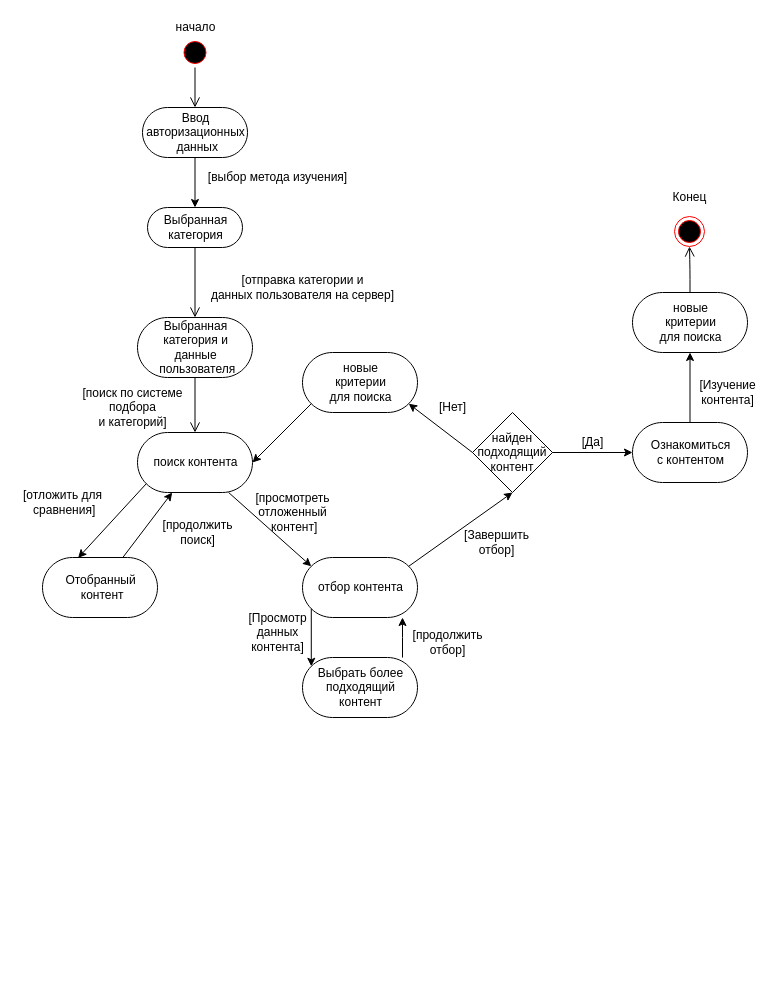
Above: Диаграмма состояний.drawio in EgorKrs/Asmodeus_app (draw.io), before the change. Source tidied: cells renumbered, new cells numbered last; positions are measured from the earlier drawing's top-left corner, leaving out a move shared by most shapes. Both pictures are drawn from the tidied source at 100%, with x=0, y=0 at pixel (17, 17).
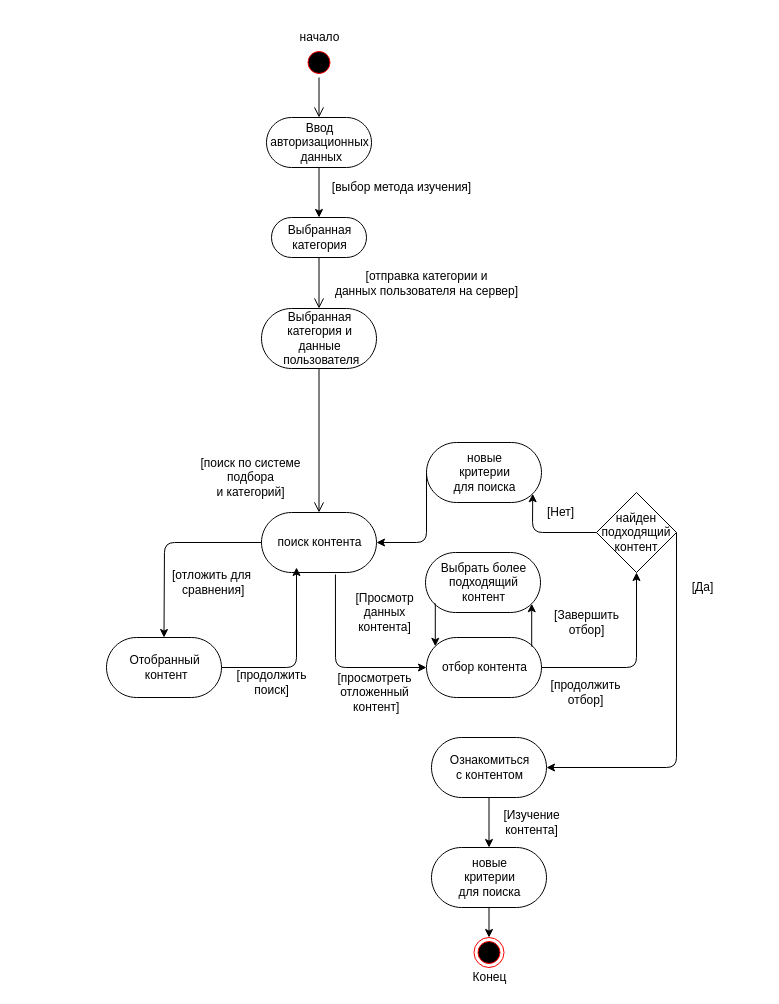
The same diagram, later.

The edit, as a diff of the source:
```diff
@@
     <mxCell id="2" style="ellipse;html=1;shape=startState;fillColor=#000000;strokeColor=#ff0000;align=center;" parent="1" vertex="1">
-      <mxGeometry x="162.5" y="20" width="30" height="30" as="geometry" />
+      <mxGeometry x="286.5" y="30" width="30" height="30" as="geometry" />
     </mxCell>
@@
     <mxCell id="4" value="начало" style="text;html=1;align=center;verticalAlign=middle;strokeColor=none;" parent="1" vertex="1">
-      <mxGeometry x="147.5" width="60" height="20" as="geometry" />
+      <mxGeometry x="271.5" y="10" width="60" height="20" as="geometry" />
     </mxCell>
     <mxCell id="5" value="Выбранная &lt;br&gt;категория" style="html=1;dashed=0;whitespace=wrap;shape=mxgraph.dfd.start;fillColor=#ffffff;align=center;" parent="1" vertex="1">
-      <mxGeometry x="130" y="190" width="95" height="40" as="geometry" />
+      <mxGeometry x="254" y="200" width="95" height="40" as="geometry" />
     </mxCell>
     <mxCell id="6" value="[выбор метода изучения]" style="text;html=1;align=center;verticalAlign=middle;strokeColor=none;" parent="1" vertex="1">
-      <mxGeometry x="185" y="150" width="150" height="20" as="geometry" />
+      <mxGeometry x="309" y="160" width="150" height="20" as="geometry" />
     </mxCell>
     <mxCell id="7" value="Выбранная &lt;br&gt;категория и &lt;br&gt;данные&lt;br&gt;&amp;nbsp;пользователя" style="html=1;dashed=0;whitespace=wrap;shape=mxgraph.dfd.start;fillColor=#ffffff;align=center;" parent="1" vertex="1">
-      <mxGeometry x="120" y="300" width="115" height="60" as="geometry" />
+      <mxGeometry x="244" y="291" width="115" height="60" as="geometry" />
     </mxCell>
@@
     <mxCell id="9" value="[отправка категории и &lt;br&gt;данных пользователя на сервер]" style="text;html=1;align=center;verticalAlign=middle;strokeColor=none;" parent="1" vertex="1">
-      <mxGeometry x="185" y="255" width="200" height="30" as="geometry" />
+      <mxGeometry x="309" y="251" width="200" height="30" as="geometry" />
     </mxCell>
@@
     <mxCell id="11" value="Ввод &lt;br&gt;авторизационных&lt;br&gt;&amp;nbsp;данных" style="html=1;dashed=0;whitespace=wrap;shape=mxgraph.dfd.start;fillColor=#ffffff;align=center;" parent="1" vertex="1">
-      <mxGeometry x="125" y="90" width="105" height="50" as="geometry" />
+      <mxGeometry x="249" y="100" width="105" height="50" as="geometry" />
     </mxCell>
     <mxCell id="12" value="поиск контента" style="html=1;dashed=0;whitespace=wrap;shape=mxgraph.dfd.start;fillColor=#ffffff;align=center;" parent="1" vertex="1">
-      <mxGeometry x="120" y="415" width="115" height="60" as="geometry" />
+      <mxGeometry x="244" y="495" width="115" height="60" as="geometry" />
     </mxCell>
@@
     <mxCell id="14" value="[поиск по системе&lt;br&gt;подбора&lt;br&gt;и категорий]" style="text;html=1;align=center;verticalAlign=middle;strokeColor=none;" parent="1" vertex="1">
-      <mxGeometry x="55" y="365" width="120" height="50" as="geometry" />
+      <mxGeometry x="173" y="435" width="120" height="50" as="geometry" />
     </mxCell>
     <mxCell id="15" value="Отобранный&lt;br&gt;&amp;nbsp;контент" style="html=1;dashed=0;whitespace=wrap;shape=mxgraph.dfd.start;fillColor=#ffffff;align=center;" parent="1" vertex="1">
-      <mxGeometry x="25" y="540" width="115" height="60" as="geometry" />
+      <mxGeometry x="89" y="620" width="115" height="60" as="geometry" />
     </mxCell>
-    <mxCell id="16" style="endArrow=classic;html=1;strokeColor=#000000;exitX=0;exitY=0;exitDx=8.79;exitDy=51.209999999999994;exitPerimeter=0;entryX=0.31;entryY=0.006;entryDx=0;entryDy=0;entryPerimeter=0;" parent="1" edge="1" source="12" target="15">
-      <mxGeometry relative="1" as="geometry" />
+    <mxCell id="16" style="endArrow=classic;html=1;strokeColor=#000000;exitX=0;exitY=0.5;exitDx=0;exitDy=0;exitPerimeter=0;entryX=0.5;entryY=0.5;entryDx=0;entryDy=-30;entryPerimeter=0;" parent="1" edge="1" source="12" target="15">
+      <mxGeometry relative="1" as="geometry">
+        <Array as="points">
+          <mxPoint x="147" y="525" />
+        </Array>
+      </mxGeometry>
     </mxCell>
     <mxCell id="17" value="[отложить для&lt;br&gt;&amp;nbsp;сравнения]" style="text;html=1;align=center;verticalAlign=middle;strokeColor=none;" parent="1" vertex="1">
-      <mxGeometry y="470" width="90" height="30" as="geometry" />
+      <mxGeometry x="149" y="550" width="90" height="30" as="geometry" />
     </mxCell>
-    <mxCell id="18" style="endArrow=classic;html=1;strokeColor=#000000;" parent="1" edge="1" source="15" target="12">
-      <mxGeometry relative="1" as="geometry" />
+    <mxCell id="18" style="endArrow=classic;html=1;strokeColor=#000000;" parent="1" edge="1" source="15">
+      <mxGeometry relative="1" as="geometry">
+        <mxPoint x="279" y="550" as="targetPoint" />
+        <Array as="points">
+          <mxPoint x="279" y="650" />
+        </Array>
+      </mxGeometry>
     </mxCell>
     <mxCell id="19" value="[продолжить &lt;br&gt;поиск]" style="text;html=1;align=center;verticalAlign=middle;strokeColor=none;" parent="1" vertex="1">
-      <mxGeometry x="135" y="500" width="90" height="30" as="geometry" />
+      <mxGeometry x="209" y="650" width="90" height="30" as="geometry" />
     </mxCell>
     <mxCell id="20" value="отбор контента" style="html=1;dashed=0;whitespace=wrap;shape=mxgraph.dfd.start;fillColor=#ffffff;align=center;" parent="1" vertex="1">
-      <mxGeometry x="285" y="540" width="115" height="60" as="geometry" />
+      <mxGeometry x="409" y="620" width="115" height="60" as="geometry" />
     </mxCell>
-    <mxCell id="21" style="endArrow=classic;html=1;strokeColor=#000000;entryX=0;entryY=0;entryDx=8.79;entryDy=8.790000000000003;entryPerimeter=0;" parent="1" edge="1" source="12" target="20">
-      <mxGeometry relative="1" as="geometry" />
+    <mxCell id="21" style="endArrow=classic;html=1;strokeColor=#000000;exitX=0.643;exitY=1.033;exitDx=0;exitDy=0;exitPerimeter=0;" parent="1" edge="1" source="12">
+      <mxGeometry relative="1" as="geometry">
+        <mxPoint x="409" y="650" as="targetPoint" />
+        <Array as="points">
+          <mxPoint x="318" y="650" />
+        </Array>
+      </mxGeometry>
     </mxCell>
     <mxCell id="22" value="[просмотреть &lt;br&gt;отложенный&lt;br&gt;&amp;nbsp;контент]" style="text;html=1;align=center;verticalAlign=middle;strokeColor=none;" parent="1" vertex="1">
-      <mxGeometry x="230" y="470" width="90" height="50" as="geometry" />
+      <mxGeometry x="311.5" y="650" width="90" height="50" as="geometry" />
     </mxCell>
-    <mxCell id="23" style="edgeStyle=orthogonalEdgeStyle;rounded=0;jettySize=auto;html=1;strokeColor=#000000;" parent="1" edge="1" source="24" target="20">
+    <mxCell id="23" style="edgeStyle=orthogonalEdgeStyle;rounded=0;jettySize=auto;html=1;strokeColor=#000000;exitX=0;exitY=0;exitDx=106.21000000000001;exitDy=8.790000000000003;exitPerimeter=0;entryX=0;entryY=0;entryDx=106.21000000000001;entryDy=51.209999999999994;entryPerimeter=0;" parent="1" edge="1" source="20" target="24">
       <mxGeometry relative="1" as="geometry">
         <Array as="points">
-          <mxPoint x="385" y="620" />
-          <mxPoint x="385" y="620" />
+          <mxPoint x="514" y="629" />
         </Array>
       </mxGeometry>
     </mxCell>
     <mxCell id="24" value="Выбрать более &lt;br&gt;подходящий &lt;br&gt;контент" style="html=1;dashed=0;whitespace=wrap;shape=mxgraph.dfd.start;fillColor=#ffffff;align=center;" parent="1" vertex="1">
-      <mxGeometry x="285" y="640" width="115" height="60" as="geometry" />
+      <mxGeometry x="408" y="535" width="115" height="60" as="geometry" />
     </mxCell>
-    <mxCell id="25" style="endArrow=classic;html=1;strokeColor=#000000;exitX=0;exitY=0;exitDx=8.79;exitDy=51.209999999999994;exitPerimeter=0;entryX=0;entryY=0;entryDx=8.79;entryDy=8.790000000000003;entryPerimeter=0;" parent="1" edge="1" source="20" target="24">
-      <mxGeometry relative="1" as="geometry" />
-    </mxCell>
     <mxCell id="26" value="[Просмотр &lt;br&gt;данных &lt;br&gt;контента]" style="text;html=1;align=center;verticalAlign=middle;strokeColor=none;" parent="1" vertex="1">
-      <mxGeometry x="225" y="590" width="70" height="50" as="geometry" />
+      <mxGeometry x="331.5" y="570" width="70" height="50" as="geometry" />
     </mxCell>
     <mxCell id="27" value="[продолжить &lt;br&gt;отбор]" style="text;html=1;align=center;verticalAlign=middle;strokeColor=none;" parent="1" vertex="1">
-      <mxGeometry x="385" y="610" width="90" height="30" as="geometry" />
+      <mxGeometry x="523" y="660" width="90" height="30" as="geometry" />
     </mxCell>
     <mxCell id="28" value="найден подходящий контент" style="rhombus;whiteSpace=wrap;html=1;fillColor=#ffffff;align=center;" parent="1" vertex="1">
-      <mxGeometry x="455" y="395" width="80" height="80" as="geometry" />
+      <mxGeometry x="579" y="475" width="80" height="80" as="geometry" />
     </mxCell>
-    <mxCell id="29" style="endArrow=classic;html=1;strokeColor=#000000;entryX=0.5;entryY=1;entryDx=0;entryDy=0;exitX=0;exitY=0;exitDx=106.21000000000001;exitDy=8.790000000000003;exitPerimeter=0;" parent="1" edge="1" source="20" target="28">
-      <mxGeometry relative="1" as="geometry" />
+    <mxCell id="29" style="endArrow=classic;html=1;strokeColor=#000000;entryX=0.5;entryY=1;entryDx=0;entryDy=0;exitX=1;exitY=0.5;exitDx=0;exitDy=0;exitPerimeter=0;" parent="1" edge="1" source="20" target="28">
+      <mxGeometry relative="1" as="geometry">
+        <Array as="points">
+          <mxPoint x="619" y="650" />
+        </Array>
+      </mxGeometry>
     </mxCell>
     <mxCell id="30" value="[Завершить &lt;br&gt;отбор]" style="text;html=1;align=center;verticalAlign=middle;strokeColor=none;" parent="1" vertex="1">
-      <mxGeometry x="439" y="510" width="80" height="30" as="geometry" />
+      <mxGeometry x="529" y="590" width="80" height="30" as="geometry" />
     </mxCell>
     <mxCell id="31" value="новые &lt;br&gt;критерии &lt;br&gt;для поиска" style="html=1;dashed=0;whitespace=wrap;shape=mxgraph.dfd.start;fillColor=#ffffff;align=center;" parent="1" vertex="1">
-      <mxGeometry x="285" y="335" width="115" height="60" as="geometry" />
+      <mxGeometry x="409" y="425" width="115" height="60" as="geometry" />
     </mxCell>
     <mxCell id="32" style="endArrow=classic;html=1;strokeColor=#000000;entryX=0;entryY=0;entryDx=106.21000000000001;entryDy=51.209999999999994;entryPerimeter=0;exitX=0;exitY=0.5;exitDx=0;exitDy=0;" parent="1" edge="1" source="28" target="31">
-      <mxGeometry relative="1" as="geometry" />
+      <mxGeometry relative="1" as="geometry">
+        <Array as="points">
+          <mxPoint x="515" y="515" />
+        </Array>
+      </mxGeometry>
     </mxCell>
     <mxCell id="33" value="[Нет]" style="text;html=1;align=center;verticalAlign=middle;strokeColor=none;" parent="1" vertex="1">
-      <mxGeometry x="415" y="380" width="40" height="20" as="geometry" />
+      <mxGeometry x="523" y="485" width="40" height="20" as="geometry" />
     </mxCell>
-    <mxCell id="34" style="endArrow=classic;html=1;strokeColor=#000000;entryX=1;entryY=0.5;entryDx=0;entryDy=0;entryPerimeter=0;exitX=0;exitY=0;exitDx=8.79;exitDy=51.209999999999994;exitPerimeter=0;" parent="1" edge="1" source="31" target="12">
-      <mxGeometry relative="1" as="geometry" />
+    <mxCell id="34" style="endArrow=classic;html=1;strokeColor=#000000;entryX=1;entryY=0.5;entryDx=0;entryDy=0;entryPerimeter=0;exitX=0;exitY=0.5;exitDx=0;exitDy=0;exitPerimeter=0;" parent="1" edge="1" source="31" target="12">
+      <mxGeometry relative="1" as="geometry">
+        <Array as="points">
+          <mxPoint x="409" y="525" />
+        </Array>
+      </mxGeometry>
     </mxCell>
     <mxCell id="35" value="Ознакомиться &lt;br&gt;с контентом" style="html=1;dashed=0;whitespace=wrap;shape=mxgraph.dfd.start;fillColor=#ffffff;align=center;" parent="1" vertex="1">
-      <mxGeometry x="615" y="405" width="115" height="60" as="geometry" />
+      <mxGeometry x="414" y="720" width="115" height="60" as="geometry" />
     </mxCell>
     <mxCell id="36" style="endArrow=classic;html=1;strokeColor=#000000;exitX=1;exitY=0.5;exitDx=0;exitDy=0;" parent="1" edge="1" source="28" target="35">
-      <mxGeometry relative="1" as="geometry" />
+      <mxGeometry relative="1" as="geometry">
+        <Array as="points">
+          <mxPoint x="659" y="750" />
+        </Array>
+      </mxGeometry>
     </mxCell>
     <mxCell id="37" value="[Да]" style="text;html=1;align=center;verticalAlign=middle;strokeColor=none;" parent="1" vertex="1">
-      <mxGeometry x="555" y="415" width="40" height="20" as="geometry" />
+      <mxGeometry x="665" y="560" width="40" height="20" as="geometry" />
     </mxCell>
     <mxCell id="38" value="новые &lt;br&gt;критерии &lt;br&gt;для поиска" style="html=1;dashed=0;whitespace=wrap;shape=mxgraph.dfd.start;fillColor=#ffffff;align=center;" parent="1" vertex="1">
-      <mxGeometry x="615" y="275" width="115" height="60" as="geometry" />
+      <mxGeometry x="414" y="830" width="115" height="60" as="geometry" />
     </mxCell>
@@
     <mxCell id="40" value="[Изучение &lt;br&gt;контента]" style="text;html=1;align=center;verticalAlign=middle;strokeColor=none;" parent="1" vertex="1">
-      <mxGeometry x="675" y="360" width="70" height="30" as="geometry" />
+      <mxGeometry x="479" y="790" width="70" height="30" as="geometry" />
     </mxCell>
     <mxCell id="41" style="ellipse;html=1;shape=endState;fillColor=#000000;strokeColor=#ff0000;align=center;" parent="1" vertex="1">
-      <mxGeometry x="657" y="199" width="30" height="30" as="geometry" />
+      <mxGeometry x="456.5" y="920" width="30" height="30" as="geometry" />
     </mxCell>
+    <mxCell id="43" value="Конец" style="text;html=1;align=center;verticalAlign=middle;strokeColor=none;" parent="1" vertex="1">
+      <mxGeometry x="446.5" y="950" width="50" height="20" as="geometry" />
+    </mxCell>
+    <mxCell id="44" style="edgeStyle=orthogonalEdgeStyle;rounded=0;jettySize=auto;html=1;strokeColor=#000000;exitX=0;exitY=0;exitDx=8.79;exitDy=51.209999999999994;exitPerimeter=0;entryX=0;entryY=0;entryDx=8.79;entryDy=8.790000000000003;entryPerimeter=0;" parent="1" edge="1" source="24" target="20">
+      <mxGeometry relative="1" as="geometry">
+        <Array as="points">
+          <mxPoint x="418" y="586" />
+        </Array>
+      </mxGeometry>
+    </mxCell>
-    <mxCell id="42" style="edgeStyle=orthogonalEdgeStyle;html=1;verticalAlign=bottom;endArrow=open;endSize=8;exitX=0.5;exitY=0.5;exitDx=0;exitDy=-30;exitPerimeter=0;" parent="1" edge="1" source="38" target="41">
+    <mxCell id="42" style="endArrow=classic;html=1;strokeColor=#000000;exitX=0.5;exitY=0.5;exitDx=0;exitDy=30;exitPerimeter=0;" parent="1" edge="1" source="38" target="41">
       <mxGeometry relative="1" as="geometry" />
     </mxCell>
-    <mxCell id="43" value="Конец" style="text;html=1;align=center;verticalAlign=middle;strokeColor=none;" parent="1" vertex="1">
-      <mxGeometry x="647" y="170" width="50" height="20" as="geometry" />
-    </mxCell>
```
